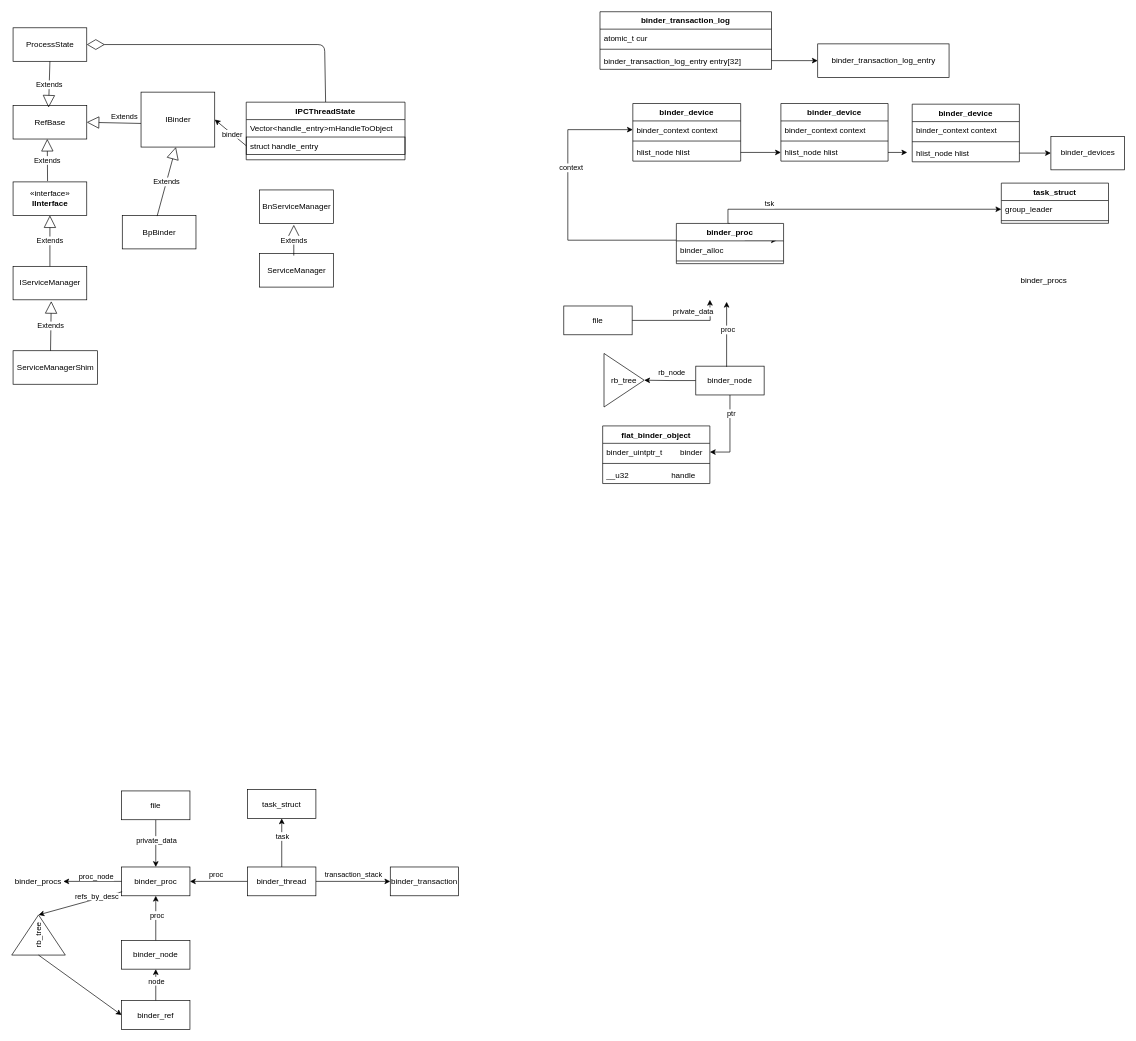
Above: Untitled Diagram.drawio in jasonactions/graph (draw.io), before the change. Source tidied: cells renumbered, new cells numbered last; positions are measured from the earlier drawing's top-left corner, leaving out a move shared by most shapes. Both pictures are drawn from the tidied source at 67%, with x=0, y=0 at pixel (13, 11).
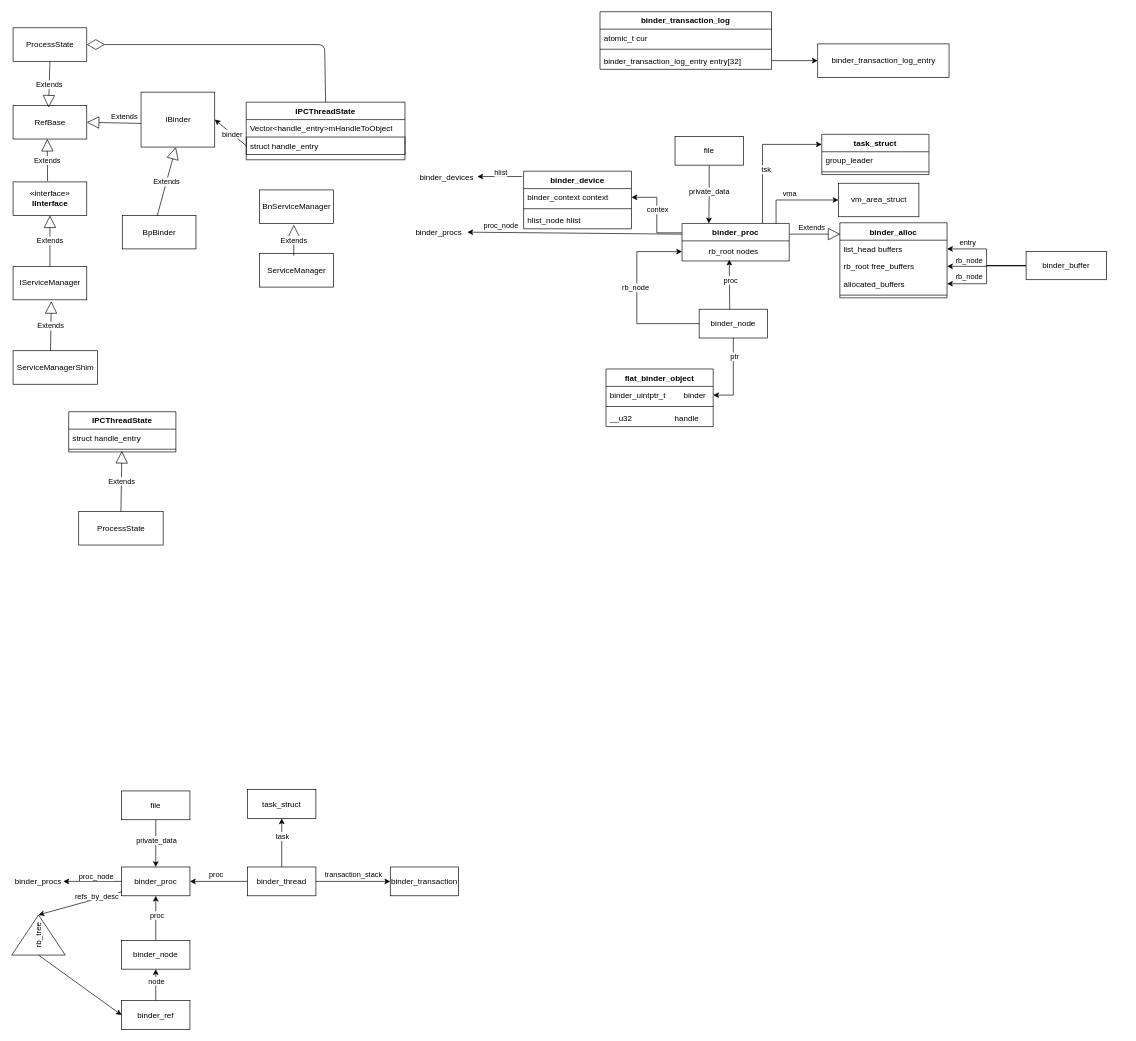
The same diagram, later.

The change refers to these unchanged cells:
```xml
<mxCell id="80" value="binder_context context" style="text;strokeColor=none;fillColor=none;align=left;verticalAlign=top;spacingLeft=4;spacingRight=4;overflow=hidden;points=[[0,0.5],[1,0.5]];portConstraint=eastwest;" parent="79" vertex="1">
  <mxGeometry y="26" width="161" height="26" as="geometry" />
</mxCell>
<mxCell id="82" value="hlist_node hlist" style="text;strokeColor=none;fillColor=none;align=left;verticalAlign=top;spacingLeft=4;spacingRight=4;overflow=hidden;points=[[0,0.5],[1,0.5]];portConstraint=eastwest;" parent="79" vertex="1">
  <mxGeometry y="60" width="161" height="26" as="geometry" />
</mxCell>
<mxCell id="92" value="group_leader" style="text;strokeColor=none;fillColor=none;align=left;verticalAlign=top;spacingLeft=4;spacingRight=4;overflow=hidden;points=[[0,0.5],[1,0.5]];portConstraint=eastwest;" parent="91" vertex="1">
  <mxGeometry y="26" width="160" height="26" as="geometry" />
</mxCell>
```

The edit, as a diff of the source:
```diff
@@
-    <mxCell id="22" style="edgeStyle=orthogonalEdgeStyle;rounded=0;jettySize=auto;html=1;entryX=0;entryY=0.5;entryDx=0;entryDy=0;" parent="1" edge="1" target="80">
-      <mxGeometry relative="1" as="geometry">
-        <mxPoint x="990" y="341" as="sourcePoint" />
-        <Array as="points">
-          <mxPoint x="990" y="341" />
-          <mxPoint x="828" y="341" />
-          <mxPoint x="828" y="176" />
-        </Array>
-      </mxGeometry>
-    </mxCell>
-    <mxCell id="23" value="context" style="edgeLabel;html=1;align=center;verticalAlign=middle;" parent="22" vertex="1">
-      <mxGeometry x="0.23" y="-2" relative="1" as="geometry">
-        <mxPoint x="2" y="-10" as="offset" />
-      </mxGeometry>
-    </mxCell>
-    <mxCell id="24" style="edgeStyle=orthogonalEdgeStyle;rounded=0;jettySize=auto;html=1;entryX=0;entryY=0.5;entryDx=0;entryDy=0;exitX=0.5;exitY=0;exitDx=0;exitDy=0;" parent="1" edge="1" source="97" target="92">
-      <mxGeometry relative="1" as="geometry">
-        <Array as="points">
-          <mxPoint x="1067" y="316" />
-          <mxPoint x="1067" y="295" />
-        </Array>
-      </mxGeometry>
-    </mxCell>
-    <mxCell id="25" value="tsk" style="edgeLabel;html=1;align=center;verticalAlign=middle;" parent="24" vertex="1">
-      <mxGeometry x="-0.61" y="-2" relative="1" as="geometry">
-        <mxPoint x="2" y="-10" as="offset" />
-      </mxGeometry>
-    </mxCell>
-    <mxCell id="26" style="edgeStyle=orthogonalEdgeStyle;rounded=0;orthogonalLoop=1;jettySize=auto;html=1;entryX=0;entryY=0.5;entryDx=0;entryDy=0;" parent="1" edge="1">
-      <mxGeometry relative="1" as="geometry">
-        <mxPoint x="1092" y="341.2" as="sourcePoint" />
-        <mxPoint x="1140" y="341.2" as="targetPoint" />
-      </mxGeometry>
-    </mxCell>
-    <mxCell id="27" value="binder_procs" style="text;whiteSpace=wrap;html=1;" parent="1" vertex="1">
-      <mxGeometry x="1502" y="387" width="89" height="28" as="geometry" />
-    </mxCell>
@@
-    <mxCell id="31" style="edgeStyle=orthogonalEdgeStyle;rounded=0;jettySize=auto;html=1;" parent="1" edge="1" source="35" target="41">
-      <mxGeometry relative="1" as="geometry" />
-    </mxCell>
-    <mxCell id="32" value="rb_node" style="edgeLabel;html=1;align=center;verticalAlign=middle;" parent="31" vertex="1">
-      <mxGeometry x="-0.24" y="-1" relative="1" as="geometry">
-        <mxPoint x="-8" y="-11" as="offset" />
-      </mxGeometry>
-    </mxCell>
@@
+    <mxCell id="100" style="edgeStyle=orthogonalEdgeStyle;rounded=0;jettySize=auto;html=1;entryX=0;entryY=0.75;entryDx=0;entryDy=0;exitX=0;exitY=0.5;exitDx=0;exitDy=0;" parent="1" edge="1" source="35" target="97">
+      <mxGeometry relative="1" as="geometry">
+        <Array as="points">
+          <mxPoint x="931" y="466" />
+          <mxPoint x="931" y="358" />
+        </Array>
+      </mxGeometry>
+    </mxCell>
+    <mxCell id="101" value="rb_node" style="edgeLabel;html=1;align=center;verticalAlign=middle;" parent="100" vertex="1">
+      <mxGeometry x="-0.54" relative="1" as="geometry">
+        <mxPoint x="-34" y="-54" as="offset" />
+      </mxGeometry>
+    </mxCell>
     <mxCell id="35" value="binder_node" style="rounded=0;whiteSpace=wrap;html=1;strokeColor=#000000;" parent="1" vertex="1">
-      <mxGeometry x="1019" y="529" width="102" height="43" as="geometry" />
+      <mxGeometry x="1024" y="444" width="102" height="43" as="geometry" />
     </mxCell>
-    <mxCell id="36" style="edgeStyle=orthogonalEdgeStyle;rounded=0;jettySize=auto;html=1;" parent="1" edge="1" source="38">
-      <mxGeometry relative="1" as="geometry">
-        <mxPoint x="1040" y="430" as="targetPoint" />
-      </mxGeometry>
+    <mxCell id="36" style="edgeStyle=orthogonalEdgeStyle;rounded=0;jettySize=auto;html=1;entryX=0.25;entryY=0;entryDx=0;entryDy=0;" parent="1" edge="1" source="38" target="97">
+      <mxGeometry relative="1" as="geometry" />
     </mxCell>
@@
     <mxCell id="38" value="file" style="rounded=0;whiteSpace=wrap;html=1;strokeColor=#000000;" parent="1" vertex="1">
-      <mxGeometry x="822" y="439.2" width="102" height="43" as="geometry" />
+      <mxGeometry x="988" y="186" width="102" height="43" as="geometry" />
     </mxCell>
-    <mxCell id="39" style="endArrow=classic;html=1;" parent="1" edge="1">
+    <mxCell id="39" style="endArrow=classic;html=1;exitX=0.447;exitY=0;exitDx=0;exitDy=0;exitPerimeter=0;" parent="1" edge="1" source="35">
       <mxGeometry relative="1" as="geometry">
-        <mxPoint x="1065" y="530" as="sourcePoint" />
-        <mxPoint x="1065" y="433" as="targetPoint" />
+        <mxPoint x="1069" y="370" as="targetPoint" />
       </mxGeometry>
     </mxCell>
@@
-    <mxCell id="41" value="rb_tree" style="triangle;whiteSpace=wrap;html=1;strokeColor=#000000;rotation=0;" parent="1" vertex="1">
-      <mxGeometry x="882" y="510" width="60" height="80" as="geometry" />
-    </mxCell>
     <mxCell id="42" value="flat_binder_object" style="swimlane;fontStyle=1;align=center;verticalAlign=top;horizontal=1;startSize=26;strokeColor=#000000;" parent="1" vertex="1">
-      <mxGeometry x="880" y="618.2" width="160" height="86" as="geometry" />
+      <mxGeometry x="885" y="533.2" width="160" height="86" as="geometry" />
     </mxCell>
@@
-    <mxCell id="78" value="binder_devices" style="html=1;" parent="1" vertex="1">
-      <mxGeometry x="1549" y="186" width="110" height="50" as="geometry" />
-    </mxCell>
     <mxCell id="79" value="binder_device" style="swimlane;fontStyle=1;align=center;verticalAlign=top;horizontal=1;startSize=26;" parent="1" vertex="1">
-      <mxGeometry x="925" y="137" width="161" height="86" as="geometry" />
+      <mxGeometry x="762" y="238" width="161" height="86" as="geometry" />
     </mxCell>
@@
-    <mxCell id="83" value="binder_device" style="swimlane;fontStyle=1;align=center;verticalAlign=top;horizontal=1;startSize=26;" parent="1" vertex="1">
-      <mxGeometry x="1146" y="137" width="160" height="86" as="geometry" />
-    </mxCell>
-    <mxCell id="84" value="binder_context context" style="text;strokeColor=none;fillColor=none;align=left;verticalAlign=top;spacingLeft=4;spacingRight=4;overflow=hidden;" parent="83" vertex="1">
-      <mxGeometry y="26" width="160" height="26" as="geometry" />
-    </mxCell>
-    <mxCell id="85" style="line;strokeWidth=1;fillColor=none;align=left;verticalAlign=middle;spacingTop=-1;spacingLeft=3;spacingRight=3;labelPosition=right;" parent="83" vertex="1">
-      <mxGeometry y="52" width="160" height="8" as="geometry" />
-    </mxCell>
-    <mxCell id="86" value="hlist_node hlist" style="text;strokeColor=none;fillColor=none;align=left;verticalAlign=top;spacingLeft=4;spacingRight=4;overflow=hidden;points=[[0,0.5],[1,0.5]];portConstraint=eastwest;" parent="83" vertex="1">
-      <mxGeometry y="60" width="160" height="26" as="geometry" />
-    </mxCell>
-    <mxCell id="87" value="binder_device" style="swimlane;fontStyle=1;align=center;verticalAlign=top;horizontal=1;startSize=26;" parent="1" vertex="1">
-      <mxGeometry x="1342" y="138" width="160" height="86" as="geometry" />
-    </mxCell>
-    <mxCell id="88" value="binder_context context" style="text;strokeColor=none;fillColor=none;align=left;verticalAlign=top;spacingLeft=4;spacingRight=4;overflow=hidden;" parent="87" vertex="1">
-      <mxGeometry y="26" width="160" height="26" as="geometry" />
-    </mxCell>
-    <mxCell id="89" style="line;strokeWidth=1;fillColor=none;align=left;verticalAlign=middle;spacingTop=-1;spacingLeft=3;spacingRight=3;labelPosition=right;" parent="87" vertex="1">
-      <mxGeometry y="52" width="160" height="8" as="geometry" />
-    </mxCell>
-    <mxCell id="90" value="hlist_node hlist" style="text;strokeColor=none;fillColor=none;align=left;verticalAlign=top;spacingLeft=4;spacingRight=4;overflow=hidden;points=[[0,0.5],[1,0.5]];portConstraint=eastwest;" parent="87" vertex="1">
-      <mxGeometry y="60" width="160" height="26" as="geometry" />
-    </mxCell>
     <mxCell id="91" value="task_struct" style="swimlane;fontStyle=1;align=center;verticalAlign=top;horizontal=1;startSize=26;" parent="1" vertex="1">
-      <mxGeometry x="1475" y="255.8" width="160" height="60" as="geometry" />
+      <mxGeometry x="1207" y="183" width="160" height="60" as="geometry" />
     </mxCell>
@@
-    <mxCell id="94" style="edgeStyle=orthogonalEdgeStyle;rounded=0;jettySize=auto;html=1;entryX=0;entryY=0.5;entryDx=0;entryDy=0;" parent="1" edge="1" source="82" target="86">
-      <mxGeometry relative="1" as="geometry" />
-    </mxCell>
-    <mxCell id="95" style="edgeStyle=orthogonalEdgeStyle;rounded=0;jettySize=auto;html=1;" parent="1" edge="1" source="86">
-      <mxGeometry relative="1" as="geometry">
-        <mxPoint x="1334.6" y="210" as="targetPoint" />
-      </mxGeometry>
-    </mxCell>
-    <mxCell id="96" style="edgeStyle=orthogonalEdgeStyle;rounded=0;jettySize=auto;html=1;entryX=0;entryY=0.5;entryDx=0;entryDy=0;" parent="1" edge="1" source="90" target="78">
-      <mxGeometry relative="1" as="geometry" />
-    </mxCell>
+    <mxCell id="102" style="edgeStyle=orthogonalEdgeStyle;rounded=0;jettySize=auto;html=1;entryX=1;entryY=0.5;entryDx=0;entryDy=0;exitX=0;exitY=0.25;exitDx=0;exitDy=0;" parent="1" edge="1" source="97" target="80">
+      <mxGeometry relative="1" as="geometry" />
+    </mxCell>
+    <mxCell id="103" value="contex" style="edgeLabel;html=1;align=center;verticalAlign=middle;" parent="102" vertex="1">
+      <mxGeometry x="0.12" y="-1" relative="1" as="geometry" />
+    </mxCell>
+    <mxCell id="104" style="edgeStyle=orthogonalEdgeStyle;rounded=0;jettySize=auto;html=1;entryX=0;entryY=0.25;entryDx=0;entryDy=0;exitX=0.75;exitY=0;exitDx=0;exitDy=0;" parent="1" edge="1" source="97" target="91">
+      <mxGeometry relative="1" as="geometry" />
+    </mxCell>
+    <mxCell id="25" value="tsk" style="edgeLabel;html=1;align=center;verticalAlign=middle;" parent="104" vertex="1">
+      <mxGeometry x="-0.72" y="-1" relative="1" as="geometry">
+        <mxPoint x="4" y="-52" as="offset" />
+      </mxGeometry>
+    </mxCell>
     <mxCell id="97" value="binder_proc" style="swimlane;fontStyle=1;align=center;verticalAlign=top;horizontal=1;startSize=26;" parent="1" vertex="1">
-      <mxGeometry x="990" y="316" width="160" height="60" as="geometry" />
+      <mxGeometry x="998.5" y="316" width="160" height="56" as="geometry" />
     </mxCell>
+    <mxCell id="105" value="vm_area_struct" style="html=1;" parent="1" vertex="1">
+      <mxGeometry x="1232" y="256" width="120" height="50" as="geometry" />
+    </mxCell>
+    <mxCell id="106" style="edgeStyle=orthogonalEdgeStyle;rounded=0;jettySize=auto;html=1;exitX=0.877;exitY=0.013;exitDx=0;exitDy=0;entryX=0;entryY=0.5;entryDx=0;entryDy=0;exitPerimeter=0;" parent="1" edge="1" source="97" target="105">
+      <mxGeometry relative="1" as="geometry" />
+    </mxCell>
+    <mxCell id="107" value="vma" style="edgeLabel;html=1;align=center;verticalAlign=middle;" parent="106" vertex="1">
+      <mxGeometry x="-0.3" relative="1" as="geometry">
+        <mxPoint x="10" y="-10" as="offset" />
+      </mxGeometry>
+    </mxCell>
+    <mxCell id="78" value="binder_devices&#10;" style="text;strokeColor=none;fillColor=none;align=left;verticalAlign=top;spacingLeft=4;spacingRight=4;overflow=hidden;points=[[0,0.5],[1,0.5]];portConstraint=eastwest;" parent="1" vertex="1">
+      <mxGeometry x="601" y="233" width="91" height="26" as="geometry" />
+    </mxCell>
+    <mxCell id="108" style="endArrow=classic;html=1;" parent="1" edge="1">
+      <mxGeometry relative="1" as="geometry">
+        <mxPoint x="760" y="246" as="sourcePoint" />
+        <mxPoint x="693" y="246" as="targetPoint" />
+      </mxGeometry>
+    </mxCell>
+    <mxCell id="109" value="hlist" style="edgeLabel;html=1;align=center;verticalAlign=middle;" parent="108" vertex="1">
+      <mxGeometry x="0.32" y="2" relative="1" as="geometry">
+        <mxPoint x="11" y="-9" as="offset" />
+      </mxGeometry>
+    </mxCell>
+    <mxCell id="27" value="binder_procs&#10;" style="text;strokeColor=none;fillColor=none;align=left;verticalAlign=top;spacingLeft=4;spacingRight=4;overflow=hidden;points=[[0,0.5],[1,0.5]];portConstraint=eastwest;" parent="1" vertex="1">
+      <mxGeometry x="595" y="316" width="83" height="26" as="geometry" />
+    </mxCell>
+    <mxCell id="110" style="endArrow=classic;html=1;entryX=1;entryY=0.5;entryDx=0;entryDy=0;" parent="1" edge="1" target="27">
+      <mxGeometry relative="1" as="geometry">
+        <mxPoint x="998" y="332" as="sourcePoint" />
+      </mxGeometry>
+    </mxCell>
+    <mxCell id="111" value="proc_node" style="edgeLabel;html=1;align=center;verticalAlign=middle;" parent="110" vertex="1">
+      <mxGeometry x="0.64" relative="1" as="geometry">
+        <mxPoint x="-9" y="-11" as="offset" />
+      </mxGeometry>
+    </mxCell>
+    <mxCell id="112" style="edgeStyle=orthogonalEdgeStyle;rounded=0;jettySize=auto;html=1;entryX=1;entryY=0.5;entryDx=0;entryDy=0;" parent="1" edge="1" source="117" target="118">
+      <mxGeometry relative="1" as="geometry" />
+    </mxCell>
+    <mxCell id="113" value="entry" style="edgeLabel;html=1;align=center;verticalAlign=middle;" parent="112" vertex="1">
+      <mxGeometry x="0.41" y="-1" relative="1" as="geometry">
+        <mxPoint x="-12" y="-9" as="offset" />
+      </mxGeometry>
+    </mxCell>
+    <mxCell id="114" style="edgeStyle=orthogonalEdgeStyle;rounded=0;jettySize=auto;html=1;entryX=1;entryY=0.5;entryDx=0;entryDy=0;" parent="1" edge="1" source="117" target="119">
+      <mxGeometry relative="1" as="geometry" />
+    </mxCell>
+    <mxCell id="115" value="rb_node" style="edgeLabel;html=1;align=center;verticalAlign=middle;" parent="114" vertex="1">
+      <mxGeometry x="0.36" relative="1" as="geometry">
+        <mxPoint x="-6" y="-9" as="offset" />
+      </mxGeometry>
+    </mxCell>
+    <mxCell id="116" style="edgeStyle=orthogonalEdgeStyle;rounded=0;jettySize=auto;html=1;entryX=1;entryY=0.5;entryDx=0;entryDy=0;" parent="1" edge="1" source="117" target="120">
+      <mxGeometry relative="1" as="geometry" />
+    </mxCell>
+    <mxCell id="117" value="binder_buffer" style="rounded=0;whiteSpace=wrap;html=1;" parent="1" vertex="1">
+      <mxGeometry x="1512" y="358" width="120" height="42" as="geometry" />
+    </mxCell>
-    <mxCell id="98" value="binder_alloc" style="text;strokeColor=none;fillColor=none;align=left;verticalAlign=top;spacingLeft=4;spacingRight=4;overflow=hidden;points=[[0,0.5],[1,0.5]];portConstraint=eastwest;" parent="97" vertex="1">
-      <mxGeometry y="26" width="160" height="26" as="geometry" />
+    <mxCell id="98" value="binder_alloc" style="swimlane;fontStyle=1;align=center;verticalAlign=top;horizontal=1;startSize=26;" parent="1" vertex="1">
+      <mxGeometry x="1234" y="315" width="160" height="112" as="geometry" />
     </mxCell>
-    <mxCell id="99" style="line;strokeWidth=1;fillColor=none;align=left;verticalAlign=middle;spacingTop=-1;spacingLeft=3;spacingRight=3;labelPosition=right;" parent="97" vertex="1">
-      <mxGeometry y="52" width="160" height="8" as="geometry" />
-    </mxCell>
+    <mxCell id="118" value="list_head buffers" style="text;strokeColor=none;fillColor=none;align=left;verticalAlign=top;spacingLeft=4;spacingRight=4;overflow=hidden;points=[[0,0.5],[1,0.5]];portConstraint=eastwest;" parent="98" vertex="1">
+      <mxGeometry y="26" width="160" height="26" as="geometry" />
+    </mxCell>
+    <mxCell id="119" value="rb_root free_buffers" style="text;strokeColor=none;fillColor=none;align=left;verticalAlign=top;spacingLeft=4;spacingRight=4;overflow=hidden;points=[[0,0.5],[1,0.5]];portConstraint=eastwest;" parent="98" vertex="1">
+      <mxGeometry y="52" width="160" height="26" as="geometry" />
+    </mxCell>
+    <mxCell id="120" value="allocated_buffers" style="text;strokeColor=none;fillColor=none;align=left;verticalAlign=top;spacingLeft=4;spacingRight=4;overflow=hidden;points=[[0,0.5],[1,0.5]];portConstraint=eastwest;" parent="98" vertex="1">
+      <mxGeometry y="78" width="160" height="26" as="geometry" />
+    </mxCell>
+    <mxCell id="121" style="line;strokeWidth=1;fillColor=none;align=left;verticalAlign=middle;spacingTop=-1;spacingLeft=3;spacingRight=3;labelPosition=right;" parent="98" vertex="1">
+      <mxGeometry y="104" width="160" height="8" as="geometry" />
+    </mxCell>
+    <mxCell id="122" value="Extends" style="endArrow=block;endSize=16;endFill=0;html=1;entryX=0.005;entryY=0.151;entryDx=0;entryDy=0;entryPerimeter=0;" parent="1" edge="1" target="98">
+      <mxGeometry x="-0.15" y="10" relative="1" as="geometry">
+        <mxPoint x="1159" y="332" as="sourcePoint" />
+        <mxPoint x="1" as="offset" />
+      </mxGeometry>
+    </mxCell>
+    <mxCell id="123" value="rb_node" style="edgeLabel;html=1;align=center;verticalAlign=middle;" parent="1" vertex="1">
+      <mxGeometry x="1433" y="373" as="geometry">
+        <mxPoint x="-7" y="22" as="offset" />
+      </mxGeometry>
+    </mxCell>
+    <mxCell id="124" value="rb_root nodes" style="text;html=1;align=center;verticalAlign=middle;strokeColor=none;" parent="1" vertex="1">
+      <mxGeometry x="1033" y="349" width="84" height="18" as="geometry" />
+    </mxCell>
+    <mxCell id="125" value="ProcessState" style="html=1;" parent="1" vertex="1">
+      <mxGeometry x="98" y="746" width="126" height="50" as="geometry" />
+    </mxCell>
+    <mxCell id="126" value="Extends" style="endArrow=block;endSize=16;endFill=0;html=1;exitX=0.5;exitY=0;exitDx=0;exitDy=0;entryX=0.496;entryY=0.825;entryDx=0;entryDy=0;entryPerimeter=0;" parent="1" edge="1" source="125" target="129">
+      <mxGeometry relative="1" as="geometry" />
+    </mxCell>
+    <mxCell id="127" value="IPCThreadState" style="swimlane;fontStyle=1;align=center;verticalAlign=top;horizontal=1;startSize=26;" parent="1" vertex="1">
+      <mxGeometry x="83" y="597" width="160" height="60" as="geometry" />
+    </mxCell>
+    <mxCell id="128" value="struct handle_entry" style="text;strokeColor=none;fillColor=none;align=left;verticalAlign=top;spacingLeft=4;spacingRight=4;overflow=hidden;" parent="127" vertex="1">
+      <mxGeometry y="26" width="160" height="26" as="geometry" />
+    </mxCell>
+    <mxCell id="129" style="line;strokeWidth=1;fillColor=none;align=left;verticalAlign=middle;spacingTop=-1;spacingLeft=3;spacingRight=3;labelPosition=right;points=[];portConstraint=eastwest;" parent="127" vertex="1">
+      <mxGeometry y="52" width="160" height="8" as="geometry" />
+    </mxCell>
```
